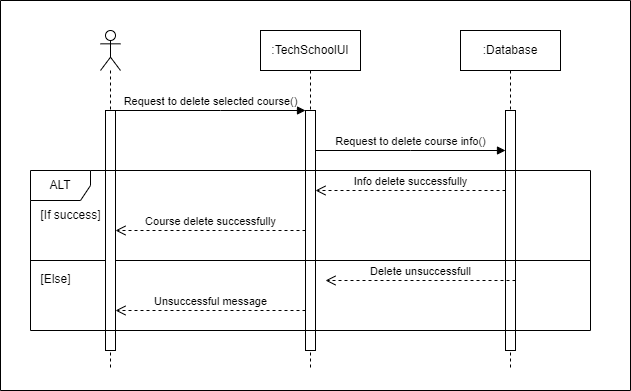
Above: Materials/Sequence Diagrams/SD_Delete Course.png in iprosenjitp/Tech-School (draw.io), before the change. Source tidied: cells renumbered, new cells last; positions are measured from the earlier drawing's top-left corner, leaving out a move shared by most shapes.
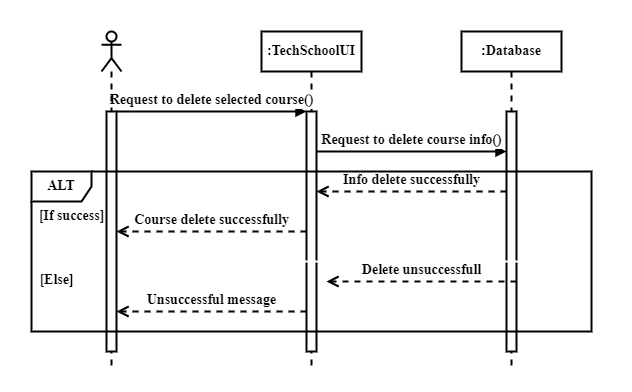
Above is the later version.

The edit, as a diff of the source:
```diff
@@ -2,78 +2,78 @@
   <root>
     <mxCell id="0" />
     <mxCell id="1" parent="0" />
-    <mxCell id="2" value=":TechSchoolUI" style="shape=umlLifeline;perimeter=lifelinePerimeter;whiteSpace=wrap;html=1;newEdgeStyle={&quot;curved&quot;:0,&quot;rounded&quot;:0};" parent="1" vertex="1">
+    <mxCell id="2" value=":TechSchoolUI" style="shape=umlLifeline;perimeter=lifelinePerimeter;whiteSpace=wrap;html=1;newEdgeStyle={&quot;curved&quot;:0,&quot;rounded&quot;:0};strokeWidth=2;fontStyle=1;fontFamily=Times New Roman;fontSize=14;" parent="1" vertex="1">
       <mxGeometry x="260" y="30" width="100" height="340" as="geometry" />
     </mxCell>
-    <mxCell id="3" style="html=1;points=[[0,0,0,0,5],[0,1,0,0,-5],[1,0,0,0,5],[1,1,0,0,-5]];perimeter=orthogonalPerimeter;outlineConnect=0;targetShapes=umlLifeline;portConstraint=eastwest;newEdgeStyle={&quot;curved&quot;:0,&quot;rounded&quot;:0};" parent="2" vertex="1">
+    <mxCell id="3" style="html=1;points=[[0,0,0,0,5],[0,1,0,0,-5],[1,0,0,0,5],[1,1,0,0,-5]];perimeter=orthogonalPerimeter;outlineConnect=0;targetShapes=umlLifeline;portConstraint=eastwest;newEdgeStyle={&quot;curved&quot;:0,&quot;rounded&quot;:0};strokeWidth=2;fontStyle=1;fontFamily=Times New Roman;fontSize=14;" parent="2" vertex="1">
       <mxGeometry x="45" y="80" width="10" height="240" as="geometry" />
     </mxCell>
-    <mxCell id="4" value=":Database" style="shape=umlLifeline;perimeter=lifelinePerimeter;whiteSpace=wrap;html=1;newEdgeStyle={&quot;curved&quot;:0,&quot;rounded&quot;:0};" parent="1" vertex="1">
+    <mxCell id="4" value=":Database" style="shape=umlLifeline;perimeter=lifelinePerimeter;whiteSpace=wrap;html=1;newEdgeStyle={&quot;curved&quot;:0,&quot;rounded&quot;:0};strokeWidth=2;fontStyle=1;fontFamily=Times New Roman;fontSize=14;" parent="1" vertex="1">
       <mxGeometry x="460" y="30" width="100" height="340" as="geometry" />
     </mxCell>
-    <mxCell id="5" style="html=1;points=[[0,0,0,0,5],[0,1,0,0,-5],[1,0,0,0,5],[1,1,0,0,-5]];perimeter=orthogonalPerimeter;outlineConnect=0;targetShapes=umlLifeline;portConstraint=eastwest;newEdgeStyle={&quot;curved&quot;:0,&quot;rounded&quot;:0};" parent="4" vertex="1">
+    <mxCell id="5" style="html=1;points=[[0,0,0,0,5],[0,1,0,0,-5],[1,0,0,0,5],[1,1,0,0,-5]];perimeter=orthogonalPerimeter;outlineConnect=0;targetShapes=umlLifeline;portConstraint=eastwest;newEdgeStyle={&quot;curved&quot;:0,&quot;rounded&quot;:0};strokeWidth=2;fontStyle=1;fontFamily=Times New Roman;fontSize=14;" parent="4" vertex="1">
       <mxGeometry x="45" y="80" width="10" height="240" as="geometry" />
     </mxCell>
-    <mxCell id="6" value="Request to delete selected course()" style="html=1;verticalAlign=bottom;endArrow=block;curved=0;rounded=0;" parent="1" edge="1" source="17" target="3">
+    <mxCell id="6" value="Request to delete selected course()" style="html=1;verticalAlign=bottom;endArrow=block;curved=0;rounded=0;strokeWidth=2;fontStyle=1;fontFamily=Times New Roman;fontSize=14;" parent="1" edge="1" source="17" target="3">
       <mxGeometry relative="1" as="geometry">
         <Array as="points">
           <mxPoint x="220" y="110" />
         </Array>
       </mxGeometry>
     </mxCell>
-    <mxCell id="7" value="Request to delete course info()" style="html=1;verticalAlign=bottom;endArrow=block;curved=0;rounded=0;" parent="1" edge="1" source="3" target="5">
+    <mxCell id="7" value="Request to delete course info()" style="html=1;verticalAlign=bottom;endArrow=block;curved=0;rounded=0;strokeWidth=2;fontStyle=1;fontFamily=Times New Roman;fontSize=14;" parent="1" edge="1" source="3" target="5">
       <mxGeometry relative="1" as="geometry">
         <Array as="points">
           <mxPoint x="410" y="150" />
         </Array>
       </mxGeometry>
     </mxCell>
-    <mxCell id="8" value="Info delete successfully" style="html=1;verticalAlign=bottom;endArrow=open;dashed=1;endSize=8;curved=0;rounded=0;" parent="1" edge="1" source="5" target="3">
+    <mxCell id="8" value="Info delete successfully" style="html=1;verticalAlign=bottom;endArrow=open;dashed=1;endSize=8;curved=0;rounded=0;strokeWidth=2;fontStyle=1;fontFamily=Times New Roman;fontSize=14;" parent="1" edge="1" source="5" target="3">
       <mxGeometry relative="1" as="geometry">
         <Array as="points">
           <mxPoint x="400" y="190" />
         </Array>
       </mxGeometry>
     </mxCell>
-    <mxCell id="9" value="Course delete successfully" style="html=1;verticalAlign=bottom;endArrow=open;dashed=1;endSize=8;curved=0;rounded=0;" parent="1" edge="1" source="3" target="17">
+    <mxCell id="9" value="Course delete successfully" style="html=1;verticalAlign=bottom;endArrow=open;dashed=1;endSize=8;curved=0;rounded=0;strokeWidth=2;fontStyle=1;fontFamily=Times New Roman;fontSize=14;" parent="1" edge="1" source="3" target="17">
       <mxGeometry relative="1" as="geometry">
         <Array as="points">
           <mxPoint x="220" y="230" />
         </Array>
       </mxGeometry>
     </mxCell>
-    <mxCell id="10" value="Unsuccessful message" style="html=1;verticalAlign=bottom;endArrow=open;dashed=1;endSize=8;curved=0;rounded=0;" parent="1" edge="1" source="3" target="17">
+    <mxCell id="10" value="Unsuccessful message" style="html=1;verticalAlign=bottom;endArrow=open;dashed=1;endSize=8;curved=0;rounded=0;strokeWidth=2;fontStyle=1;fontFamily=Times New Roman;fontSize=14;" parent="1" edge="1" source="3" target="17">
       <mxGeometry relative="1" as="geometry">
         <Array as="points">
           <mxPoint x="210" y="310" />
         </Array>
       </mxGeometry>
     </mxCell>
-    <mxCell id="11" style="swimlane;startSize=0;" parent="1" vertex="1">
+    <mxCell id="11" style="swimlane;startSize=0;strokeWidth=2;fontStyle=1;fontFamily=Times New Roman;fontSize=14;strokeColor=#FFFFFF;" parent="1" vertex="1">
       <mxGeometry width="630" height="390" as="geometry" />
     </mxCell>
-    <mxCell id="12" value="[If success]" style="text;html=1;align=center;verticalAlign=middle;strokeColor=none;fillColor=none;" parent="11" vertex="1">
-      <mxGeometry x="30" y="200" width="80" height="30" as="geometry" />
+    <mxCell id="12" value="[If success]" style="text;html=1;align=center;verticalAlign=middle;strokeColor=none;fillColor=none;strokeWidth=2;fontStyle=1;fontFamily=Times New Roman;fontSize=14;" parent="11" vertex="1">
+      <mxGeometry x="25" y="200" width="90" height="30" as="geometry" />
     </mxCell>
-    <mxCell id="13" value="[Else]" style="text;html=1;align=center;verticalAlign=middle;strokeColor=none;fillColor=none;" parent="11" vertex="1">
-      <mxGeometry x="30" y="264" width="50" height="30" as="geometry" />
+    <mxCell id="13" value="[Else]" style="text;html=1;align=center;verticalAlign=middle;strokeColor=none;fillColor=none;strokeWidth=2;fontStyle=1;fontFamily=Times New Roman;fontSize=14;" parent="11" vertex="1">
+      <mxGeometry x="25" y="264" width="60" height="30" as="geometry" />
     </mxCell>
-    <mxCell id="14" style="line;strokeWidth=1;fillColor=none;align=left;verticalAlign=middle;spacingTop=-1;spacingLeft=3;spacingRight=3;labelPosition=right;strokeColor=inherit;" parent="11" vertex="1">
+    <mxCell id="14" style="line;strokeWidth=2;fillColor=none;align=left;verticalAlign=middle;spacingTop=-1;spacingLeft=3;spacingRight=3;labelPosition=right;strokeColor=inherit;fontStyle=1;fontFamily=Times New Roman;fontSize=14;" parent="11" vertex="1">
       <mxGeometry x="30" y="256" width="560" height="8" as="geometry" />
     </mxCell>
-    <mxCell id="15" value="Delete unsuccessfull" style="html=1;verticalAlign=bottom;endArrow=open;dashed=1;endSize=8;curved=0;rounded=0;" parent="11" edge="1">
+    <mxCell id="15" value="Delete unsuccessfull" style="html=1;verticalAlign=bottom;endArrow=open;dashed=1;endSize=8;curved=0;rounded=0;strokeWidth=2;fontStyle=1;fontFamily=Times New Roman;fontSize=14;" parent="11" edge="1">
       <mxGeometry relative="1" as="geometry">
         <mxPoint x="515" y="280" as="sourcePoint" />
         <mxPoint x="325" y="280" as="targetPoint" />
       </mxGeometry>
     </mxCell>
-    <mxCell id="16" style="shape=umlLifeline;perimeter=lifelinePerimeter;whiteSpace=wrap;html=1;newEdgeStyle={&quot;curved&quot;:0,&quot;rounded&quot;:0};participant=umlActor;" parent="11" vertex="1">
+    <mxCell id="16" style="shape=umlLifeline;perimeter=lifelinePerimeter;whiteSpace=wrap;html=1;newEdgeStyle={&quot;curved&quot;:0,&quot;rounded&quot;:0};participant=umlActor;strokeWidth=2;fontStyle=1;fontFamily=Times New Roman;fontSize=14;" parent="11" vertex="1">
       <mxGeometry x="100" y="30" width="20" height="340" as="geometry" />
     </mxCell>
-    <mxCell id="17" style="html=1;points=[[0,0,0,0,5],[0,1,0,0,-5],[1,0,0,0,5],[1,1,0,0,-5]];perimeter=orthogonalPerimeter;outlineConnect=0;targetShapes=umlLifeline;portConstraint=eastwest;newEdgeStyle={&quot;curved&quot;:0,&quot;rounded&quot;:0};" parent="16" vertex="1">
+    <mxCell id="17" style="html=1;points=[[0,0,0,0,5],[0,1,0,0,-5],[1,0,0,0,5],[1,1,0,0,-5]];perimeter=orthogonalPerimeter;outlineConnect=0;targetShapes=umlLifeline;portConstraint=eastwest;newEdgeStyle={&quot;curved&quot;:0,&quot;rounded&quot;:0};strokeWidth=2;fontStyle=1;fontFamily=Times New Roman;fontSize=14;" parent="16" vertex="1">
       <mxGeometry x="5" y="80" width="10" height="240" as="geometry" />
     </mxCell>
-    <mxCell id="18" value="ALT" style="shape=umlFrame;whiteSpace=wrap;html=1;" parent="11" vertex="1">
+    <mxCell id="18" value="ALT" style="shape=umlFrame;whiteSpace=wrap;html=1;strokeWidth=2;fontStyle=1;fontFamily=Times New Roman;fontSize=14;" parent="11" vertex="1">
       <mxGeometry x="30" y="170" width="560" height="160" as="geometry" />
     </mxCell>
   </root>
```
